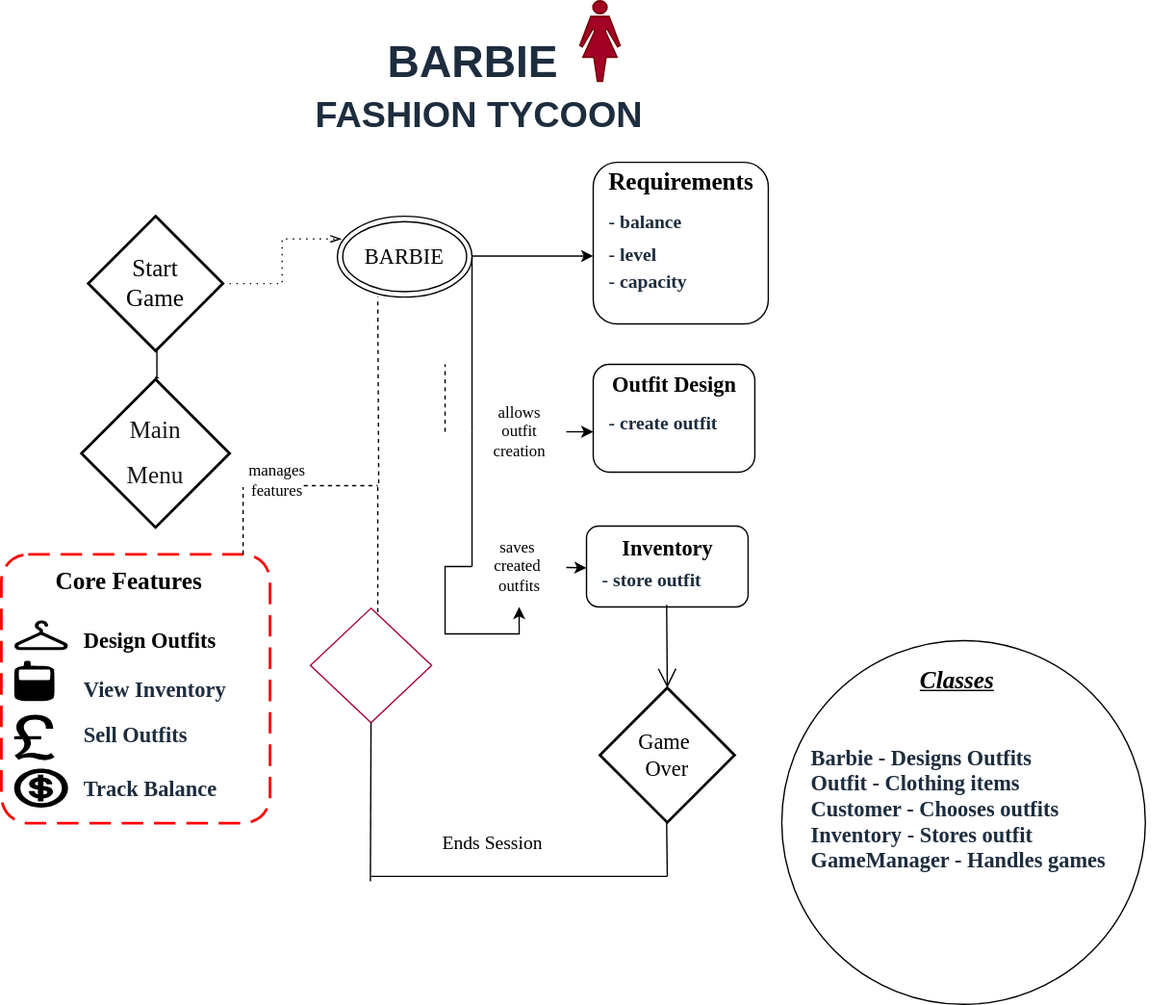
Earlier version of the draw.io export Project.drawio.svg (hooraintahir1/Barbie-Fashion-Tycoon). Source tidied: cells renumbered, new cells last; positions are measured from the earlier drawing's top-left corner, leaving out a move shared by most shapes.
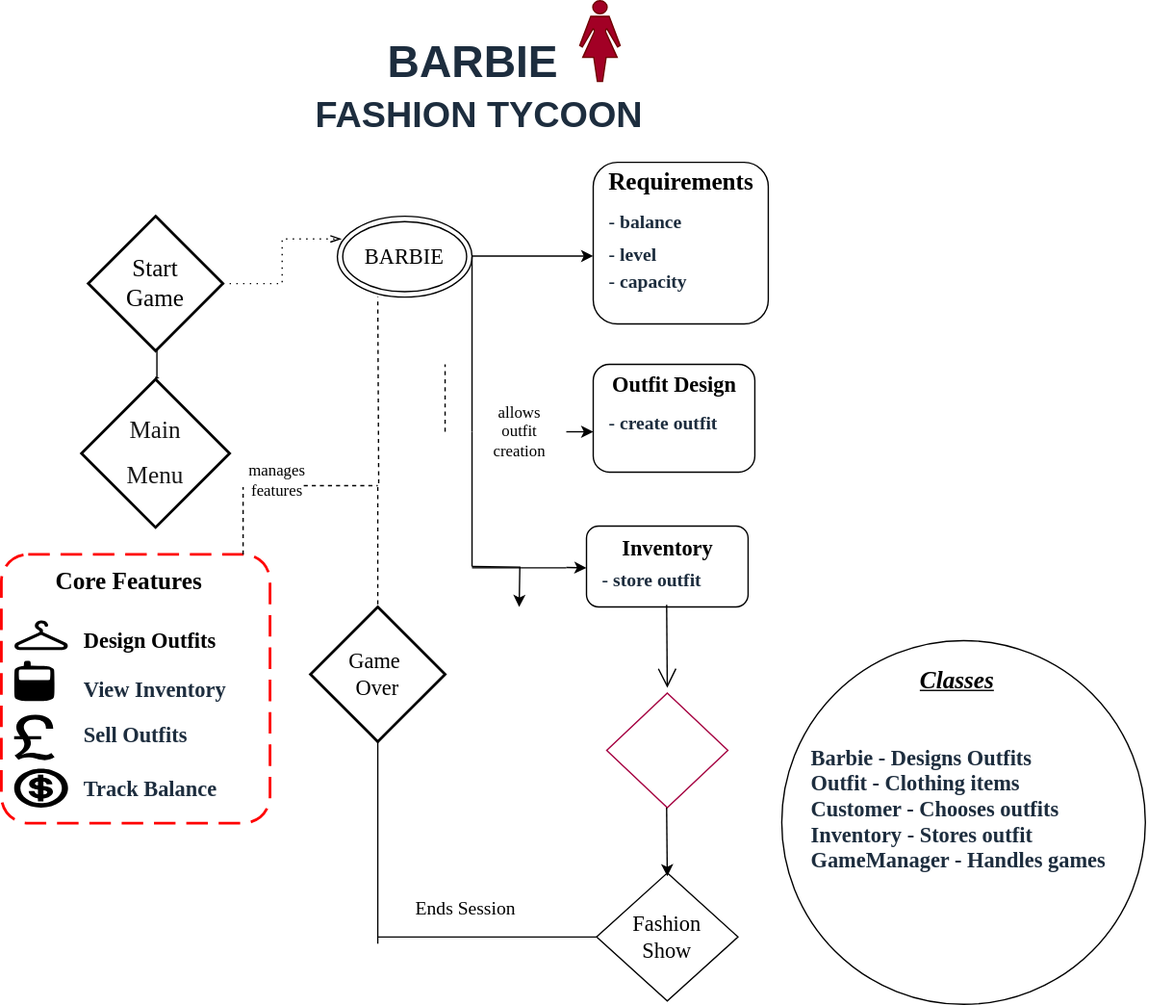
Above is the later version.

Diff of the diagram source:
```diff
@@ -131,8 +131,9 @@
         <mxPoint x="350" y="320" as="targetPoint" />
       </mxGeometry>
     </mxCell>
-    <mxCell id="36" style="endArrow=classic;html=1;rounded=0;strokeColor=light-dark(#000000,#000000);" parent="1" edge="1" source="42">
+    <mxCell id="36" style="endArrow=classic;html=1;rounded=0;strokeColor=light-dark(#000000,#000000);" parent="1" edge="1">
       <mxGeometry relative="1" as="geometry">
+        <mxPoint x="420" y="420.7" as="sourcePoint" />
         <mxPoint x="435" y="421" as="targetPoint" />
       </mxGeometry>
     </mxCell>
@@ -148,14 +149,12 @@
     <mxCell id="40" value="&lt;font face=&quot;Georgia&quot; size=&quot;1&quot; style=&quot;color: light-dark(rgb(0, 0, 0), rgb(24, 24, 24));&quot;&gt;&lt;span style=&quot;font-size: 12px;&quot;&gt;manages&lt;/span&gt;&lt;/font&gt;&lt;div&gt;&lt;font face=&quot;Georgia&quot; size=&quot;1&quot; style=&quot;color: light-dark(rgb(0, 0, 0), rgb(24, 24, 24));&quot;&gt;&lt;span style=&quot;font-size: 12px;&quot;&gt;features&lt;/span&gt;&lt;/font&gt;&lt;/div&gt;" style="text;html=1;align=center;verticalAlign=middle;points=[[0,0.5,0,0,0],[0.5,0,0,0,0],[0.5,1,0,0,0],[1,0.5,0,0,0]];strokeColor=none;fillColor=none;fontSize=12;fontColor=#1D2D3E;fontFamily=Helvetica;" parent="1" vertex="1">
       <mxGeometry x="170" y="336" width="70" height="40" as="geometry" />
     </mxCell>
-    <mxCell id="41" style="endArrow=classic;html=1;rounded=0;strokeColor=light-dark(#000000,#000000);" parent="1" edge="1" target="42">
+    <mxCell id="41" style="endArrow=classic;html=1;rounded=0;strokeColor=light-dark(#000000,#000000);" parent="1" edge="1">
       <mxGeometry relative="1" as="geometry">
         <mxPoint x="350" y="421" as="sourcePoint" />
+        <mxPoint x="350" y="421" as="targetPoint" />
       </mxGeometry>
     </mxCell>
-    <mxCell id="42" value="&lt;font face=&quot;Georgia&quot; size=&quot;1&quot; style=&quot;color: light-dark(rgb(0, 0, 0), rgb(20, 20, 20));&quot;&gt;&lt;span style=&quot;font-size: 12px;&quot;&gt;saves&amp;nbsp;&lt;/span&gt;&lt;/font&gt;&lt;div&gt;&lt;font face=&quot;Georgia&quot; size=&quot;1&quot; style=&quot;color: light-dark(rgb(0, 0, 0), rgb(20, 20, 20));&quot;&gt;&lt;span style=&quot;font-size: 12px;&quot;&gt;created&amp;nbsp;&lt;/span&gt;&lt;/font&gt;&lt;/div&gt;&lt;div&gt;&lt;font face=&quot;Georgia&quot; size=&quot;1&quot; style=&quot;color: light-dark(rgb(0, 0, 0), rgb(20, 20, 20));&quot;&gt;&lt;span style=&quot;font-size: 12px;&quot;&gt;outfits&lt;/span&gt;&lt;/font&gt;&lt;/div&gt;" style="text;html=1;align=center;verticalAlign=middle;points=[[0,0.5,0,0,0],[0.5,0,0,0,0],[0.5,1,0,0,0],[1,0.5,0,0,0]];strokeColor=none;fillColor=none;fontSize=12;fontColor=#1D2D3E;fontFamily=Helvetica;" parent="1" vertex="1">
-      <mxGeometry x="350" y="390" width="70" height="60" as="geometry" />
-    </mxCell>
     <mxCell id="43" style="endArrow=classic;html=1;rounded=0;strokeColor=light-dark(#000000,#030303);" parent="1" edge="1" target="44">
       <mxGeometry relative="1" as="geometry">
         <mxPoint x="350" y="320" as="sourcePoint" />
@@ -164,8 +163,11 @@
     <mxCell id="44" value="&lt;font face=&quot;Georgia&quot; size=&quot;1&quot; style=&quot;color: light-dark(rgb(0, 0, 0), rgb(10, 10, 10));&quot;&gt;&lt;span style=&quot;font-size: 12px;&quot;&gt;allows&lt;/span&gt;&lt;/font&gt;&lt;div&gt;&lt;font face=&quot;Georgia&quot; size=&quot;1&quot; style=&quot;color: light-dark(rgb(0, 0, 0), rgb(10, 10, 10));&quot;&gt;&lt;span style=&quot;font-size: 12px;&quot;&gt;outfit&lt;/span&gt;&lt;/font&gt;&lt;/div&gt;&lt;div&gt;&lt;font face=&quot;Georgia&quot; size=&quot;1&quot; style=&quot;color: light-dark(rgb(0, 0, 0), rgb(10, 10, 10));&quot;&gt;&lt;span style=&quot;font-size: 12px;&quot;&gt;creation&lt;/span&gt;&lt;/font&gt;&lt;/div&gt;" style="text;html=1;align=center;verticalAlign=middle;points=[[0,0.5,0,0,0],[0.5,0,0,0,0],[0.5,1,0,0,0],[1,0.5,0,0,0]];strokeColor=none;fillColor=none;fontSize=12;fontColor=#1D2D3E;fontFamily=Helvetica;" parent="1" vertex="1">
       <mxGeometry x="350" y="290" width="70" height="60" as="geometry" />
     </mxCell>
-    <mxCell id="45" style="edgeStyle=orthogonalEdgeStyle;rounded=0;orthogonalLoop=1;jettySize=auto;html=1;exitX=0;exitY=0.5;exitDx=0;exitDy=0;exitPerimeter=0;" parent="1" edge="1" source="42" target="42">
-      <mxGeometry relative="1" as="geometry" />
+    <mxCell id="45" style="edgeStyle=orthogonalEdgeStyle;rounded=0;orthogonalLoop=1;jettySize=auto;html=1;exitX=0;exitY=0.5;exitDx=0;exitDy=0;exitPerimeter=0;" parent="1" edge="1">
+      <mxGeometry relative="1" as="geometry">
+        <mxPoint x="350" y="420" as="sourcePoint" />
+        <mxPoint x="385" y="450" as="targetPoint" />
+      </mxGeometry>
     </mxCell>
     <mxCell id="46" style="endArrow=none;dashed=1;html=1;rounded=0;strokeColor=light-dark(#000000,#050505);" parent="1" edge="1">
       <mxGeometry relative="1" as="geometry">
@@ -173,37 +175,14 @@
         <mxPoint x="280" y="360" as="targetPoint" />
       </mxGeometry>
     </mxCell>
-    <mxCell id="47" value="&lt;font style=&quot;font-size: 16px;&quot; face=&quot;Comic Sans MS&quot;&gt;Sell&lt;/font&gt;&lt;div&gt;&lt;font style=&quot;font-size: 16px;&quot; face=&quot;Comic Sans MS&quot;&gt;Outfit&lt;/font&gt;&lt;/div&gt;" style="rhombus;whiteSpace=wrap;html=1;fillColor=light-dark(#FFFFFF,#FFFFFF);strokeColor=light-dark(#A50040,#FF0000);fontColor=#ffffff;" parent="1" vertex="1">
-      <mxGeometry x="230" y="451" width="90" height="85" as="geometry" />
-    </mxCell>
     <mxCell id="48" style="endArrow=open;endFill=1;endSize=12;html=1;rounded=0;strokeColor=light-dark(#000000,#0A0A0A);" parent="1" edge="1">
       <mxGeometry relative="1" as="geometry">
         <mxPoint x="494.5" y="448.5" as="sourcePoint" />
         <mxPoint x="495" y="510" as="targetPoint" />
       </mxGeometry>
     </mxCell>
-    <mxCell id="49" value="&lt;font face=&quot;Comic Sans MS&quot; style=&quot;color: light-dark(rgb(0, 0, 0), rgb(24, 24, 24)); font-size: 16px;&quot;&gt;Game&amp;nbsp;&lt;/font&gt;&lt;div&gt;&lt;font face=&quot;Comic Sans MS&quot; style=&quot;color: light-dark(rgb(0, 0, 0), rgb(24, 24, 24)); font-size: 16px;&quot;&gt;Over&lt;/font&gt;&lt;/div&gt;" style="strokeWidth=2;html=1;shape=mxgraph.flowchart.decision;whiteSpace=wrap;fillColor=light-dark(#FFFFFF,#FFFFFF);strokeColor=light-dark(#000000,#CC6600);" parent="1" vertex="1">
-      <mxGeometry x="445" y="510" width="100" height="100" as="geometry" />
-    </mxCell>
-    <mxCell id="50" style="endArrow=none;html=1;rounded=0;strokeColor=light-dark(#000000,#050505);" parent="1" edge="1">
-      <mxGeometry relative="1" as="geometry">
-        <mxPoint x="495" y="650" as="sourcePoint" />
-        <mxPoint x="494.5" y="610" as="targetPoint" />
-      </mxGeometry>
-    </mxCell>
-    <mxCell id="51" style="endArrow=none;html=1;rounded=0;strokeColor=light-dark(#000000,#070707);" parent="1" edge="1">
-      <mxGeometry relative="1" as="geometry">
-        <mxPoint x="275" y="650" as="sourcePoint" />
-        <mxPoint x="495" y="650" as="targetPoint" />
-      </mxGeometry>
-    </mxCell>
-    <mxCell id="52" style="endArrow=none;html=1;rounded=0;entryX=0.5;entryY=1;entryDx=0;entryDy=0;strokeColor=light-dark(#000000,#020202);" parent="1" edge="1" target="47">
-      <mxGeometry relative="1" as="geometry">
-        <mxPoint x="274.5" y="653.8" as="sourcePoint" />
-      </mxGeometry>
-    </mxCell>
     <mxCell id="53" value="&lt;font face=&quot;Georgia&quot; style=&quot;color: light-dark(rgb(0, 0, 0), rgb(20, 20, 20)); font-size: 14px;&quot;&gt;Ends Session&lt;/font&gt;" style="text;html=1;align=center;verticalAlign=middle;strokeColor=none;fillColor=none;fontSize=12;fontColor=#1D2D3E;fontFamily=Helvetica;" parent="1" vertex="1">
-      <mxGeometry x="310" y="610.5" width="110" height="30" as="geometry" />
+      <mxGeometry x="290" y="660" width="110" height="30" as="geometry" />
     </mxCell>
     <mxCell id="54" style="ellipse;whiteSpace=wrap;html=1;fillColor=light-dark(#FFFFFF,#FFFFFF);strokeColor=light-dark(#000000,#FF0080);" parent="1" vertex="1">
       <mxGeometry x="580" y="475" width="270" height="270" as="geometry" />
@@ -214,5 +193,40 @@
     <mxCell id="56" value="&lt;font face=&quot;Comic Sans MS&quot; style=&quot;font-size: 16px; color: light-dark(rgb(29, 45, 62), rgb(73, 78, 83));&quot;&gt;&lt;b style=&quot;&quot;&gt;Barbie - Designs Outfits&lt;/b&gt;&lt;/font&gt;&lt;div&gt;&lt;font face=&quot;Comic Sans MS&quot; style=&quot;font-size: 16px; color: light-dark(rgb(29, 45, 62), rgb(73, 78, 83));&quot;&gt;&lt;b style=&quot;&quot;&gt;Outfit - Clothing items&lt;/b&gt;&lt;/font&gt;&lt;/div&gt;&lt;div&gt;&lt;font face=&quot;Comic Sans MS&quot; style=&quot;font-size: 16px; color: light-dark(rgb(29, 45, 62), rgb(73, 78, 83));&quot;&gt;&lt;b style=&quot;&quot;&gt;Customer - Chooses outfits&lt;/b&gt;&lt;/font&gt;&lt;/div&gt;&lt;div&gt;&lt;font face=&quot;Comic Sans MS&quot; style=&quot;font-size: 16px; color: light-dark(rgb(29, 45, 62), rgb(73, 78, 83));&quot;&gt;&lt;b style=&quot;&quot;&gt;Inventory - Stores outfit&lt;/b&gt;&lt;/font&gt;&lt;/div&gt;&lt;div&gt;&lt;font face=&quot;Comic Sans MS&quot; style=&quot;font-size: 16px; color: light-dark(rgb(29, 45, 62), rgb(73, 78, 83));&quot;&gt;&lt;b style=&quot;&quot;&gt;GameManager - Handles games&lt;/b&gt;&lt;/font&gt;&lt;/div&gt;" style="text;html=1;align=left;verticalAlign=middle;strokeColor=none;fillColor=none;fontSize=12;fontColor=default;fontFamily=Helvetica;" parent="1" vertex="1">
       <mxGeometry x="600" y="545" width="270" height="110" as="geometry" />
     </mxCell>
+    <mxCell id="49" value="&lt;font face=&quot;Comic Sans MS&quot; style=&quot;color: light-dark(rgb(0, 0, 0), rgb(24, 24, 24)); font-size: 16px;&quot;&gt;Game&amp;nbsp;&lt;/font&gt;&lt;div&gt;&lt;font face=&quot;Comic Sans MS&quot; style=&quot;color: light-dark(rgb(0, 0, 0), rgb(24, 24, 24)); font-size: 16px;&quot;&gt;Over&lt;/font&gt;&lt;/div&gt;" style="strokeWidth=2;html=1;shape=mxgraph.flowchart.decision;whiteSpace=wrap;fillColor=light-dark(#FFFFFF,#FFFFFF);strokeColor=light-dark(#000000,#CC6600);" parent="1" vertex="1">
+      <mxGeometry x="230" y="450" width="100" height="100" as="geometry" />
+    </mxCell>
+    <mxCell id="47" value="&lt;font style=&quot;font-size: 16px;&quot; face=&quot;Comic Sans MS&quot;&gt;Sell&lt;/font&gt;&lt;div&gt;&lt;font style=&quot;font-size: 16px;&quot; face=&quot;Comic Sans MS&quot;&gt;Outfit&lt;/font&gt;&lt;/div&gt;" style="rhombus;whiteSpace=wrap;html=1;fillColor=light-dark(#FFFFFF,#FFFFFF);strokeColor=light-dark(#A50040,#FF0000);fontColor=#ffffff;" parent="1" vertex="1">
+      <mxGeometry x="450" y="514" width="90" height="85" as="geometry" />
+    </mxCell>
+    <mxCell id="57" style="rhombus;whiteSpace=wrap;html=1;fillColor=light-dark(#FFFFFF,#FFFFFF);strokeColor=light-dark(#000000,#004C99);" parent="1" vertex="1">
+      <mxGeometry x="442.5" y="647.5" width="105" height="95" as="geometry" />
+    </mxCell>
+    <mxCell id="58" value="&lt;font face=&quot;Comic Sans MS&quot; style=&quot;font-size: 16px; color: light-dark(rgb(0, 0, 0), rgb(44, 44, 44));&quot;&gt;Fashion&lt;/font&gt;&lt;div&gt;&lt;font face=&quot;Comic Sans MS&quot; style=&quot;font-size: 16px; color: light-dark(rgb(0, 0, 0), rgb(44, 44, 44));&quot;&gt;Show&lt;/font&gt;&lt;/div&gt;" style="text;html=1;align=center;verticalAlign=middle;whiteSpace=wrap;rounded=0;" parent="1" vertex="1">
+      <mxGeometry x="465" y="680" width="60" height="30" as="geometry" />
+    </mxCell>
+    <mxCell id="59" style="endArrow=classic;html=1;rounded=0;strokeColor=light-dark(#000000,#030303);" parent="1" edge="1">
+      <mxGeometry relative="1" as="geometry">
+        <mxPoint x="494.5" y="599" as="sourcePoint" />
+        <mxPoint x="495" y="650" as="targetPoint" />
+      </mxGeometry>
+    </mxCell>
+    <mxCell id="60" style="endArrow=none;html=1;rounded=0;strokeColor=light-dark(#000000,#000000);entryX=0;entryY=0.5;entryDx=0;entryDy=0;" parent="1" edge="1" target="57">
+      <mxGeometry relative="1" as="geometry">
+        <mxPoint x="280" y="695" as="sourcePoint" />
+      </mxGeometry>
+    </mxCell>
+    <mxCell id="61" style="endArrow=none;html=1;rounded=0;strokeColor=light-dark(#000000,#000000);" parent="1" edge="1">
+      <mxGeometry relative="1" as="geometry">
+        <mxPoint x="280" y="700" as="sourcePoint" />
+        <mxPoint x="280" y="550" as="targetPoint" />
+      </mxGeometry>
+    </mxCell>
+    <mxCell id="62" style="endArrow=none;html=1;rounded=0;strokeColor=light-dark(#000000,#000000);" parent="1" edge="1">
+      <mxGeometry relative="1" as="geometry">
+        <mxPoint x="350" y="421" as="sourcePoint" />
+        <mxPoint x="420" y="421" as="targetPoint" />
+      </mxGeometry>
+    </mxCell>
   </root>
 </mxGraphModel>
```
